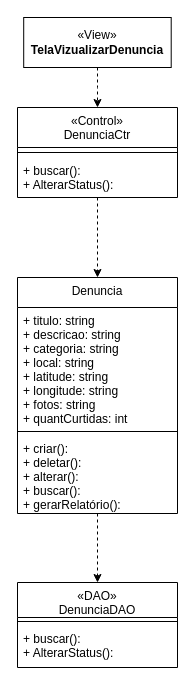
Earlier version of the draw.io diagram Documentação/Diagramas/Diagramas de Casos de Uso/Diagrama de Caso de Uso Alterar Status.drawio (frsouzaa/Documentacao-TCC-NossaVia). Source tidied: cells renumbered, new cells numbered last; positions are measured from the earlier drawing's top-left corner, leaving out a move shared by most shapes. Both pictures are drawn from the tidied source at 100%, with x=0, y=0 at pixel (17, 17).
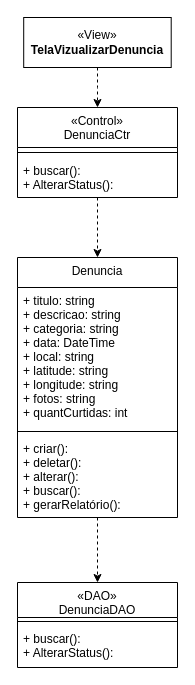
After the change.

Commit message:
Adiciona Data Diagrama de Caso de Uso Alterar Status.drawio

What changed in the source:
```diff
@@
 <mxGraphModel>
   <root>
     <mxCell id="0" />
     <mxCell id="1" parent="0" />
     <mxCell id="2" value="Denuncia" style="swimlane;fontStyle=0;align=center;verticalAlign=top;horizontal=1;startSize=30;rounded=0;shadow=0;strokeWidth=1;" parent="1" vertex="1">
-      <mxGeometry y="260" width="160" height="236" as="geometry" />
+      <mxGeometry y="240" width="160" height="260" as="geometry" />
     </mxCell>
-    <mxCell id="3" value="+ titulo: string&#10;+ descricao: string&#10;+ categoria: string&#10;+ local: string&#10;+ latitude: string&#10;+ longitude: string&#10;+ fotos: string&#10;+ quantCurtidas: int" style="text;align=left;verticalAlign=top;spacingLeft=4;spacingRight=4;overflow=hidden;" parent="2" vertex="1">
-      <mxGeometry y="30" width="160" height="120" as="geometry" />
+    <mxCell id="3" value="+ titulo: string&#10;+ descricao: string&#10;+ categoria: string&#10;+ data: DateTime&#10;+ local: string&#10;+ latitude: string&#10;+ longitude: string&#10;+ fotos: string&#10;+ quantCurtidas: int" style="text;align=left;verticalAlign=top;spacingLeft=4;spacingRight=4;overflow=hidden;" parent="2" vertex="1">
+      <mxGeometry y="30" width="160" height="140" as="geometry" />
     </mxCell>
     <mxCell id="4" style="line;html=1;strokeWidth=1;align=left;verticalAlign=middle;spacingTop=-1;spacingLeft=3;spacingRight=3;labelPosition=right;" parent="2" vertex="1">
-      <mxGeometry y="150" width="160" height="8" as="geometry" />
+      <mxGeometry y="170" width="160" height="8" as="geometry" />
     </mxCell>
     <mxCell id="5" value="+ criar(): &#10;+ deletar(): &#10;+ alterar():&#10;+ buscar():&#10;+ gerarRelatório(): " style="text;align=left;verticalAlign=top;spacingLeft=4;spacingRight=4;overflow=hidden;" parent="2" vertex="1">
-      <mxGeometry y="158" width="160" height="78" as="geometry" />
+      <mxGeometry y="178" width="160" height="82" as="geometry" />
     </mxCell>
     <mxCell id="6" style="edgeStyle=orthogonalEdgeStyle;rounded=0;jettySize=auto;html=1;exitX=0.5;exitY=1;exitDx=0;exitDy=0;entryX=0.5;entryY=0;entryDx=0;entryDy=0;dashed=1;" parent="1" edge="1" source="2" target="13">
       <mxGeometry relative="1" as="geometry" />
     </mxCell>
     <mxCell id="7" style="edgeStyle=orthogonalEdgeStyle;rounded=0;jettySize=auto;html=1;entryX=0.5;entryY=0;entryDx=0;entryDy=0;dashed=1;" parent="1" edge="1" source="8" target="10">
       <mxGeometry relative="1" as="geometry" />
     </mxCell>
     <mxCell id="8" value="«View»&lt;br&gt;&lt;b&gt;TelaVizualizarDenuncia&lt;br&gt;&lt;/b&gt;" style="html=1;whiteSpace=wrap;" parent="1" vertex="1">
       <mxGeometry x="6.2" width="147.5" height="50" as="geometry" />
     </mxCell>
     <mxCell id="9" style="edgeStyle=orthogonalEdgeStyle;rounded=0;jettySize=auto;html=1;exitX=0.5;exitY=1;exitDx=0;exitDy=0;entryX=0.5;entryY=0;entryDx=0;entryDy=0;dashed=1;" parent="1" edge="1" source="10" target="2">
       <mxGeometry relative="1" as="geometry" />
     </mxCell>
     <mxCell id="10" value="«Control»&#10;DenunciaCtr" style="swimlane;fontStyle=0;align=center;verticalAlign=top;horizontal=1;startSize=40;rounded=0;shadow=0;strokeWidth=1;" parent="1" vertex="1">
       <mxGeometry y="90" width="160" height="90" as="geometry" />
     </mxCell>
     <mxCell id="11" style="line;html=1;strokeWidth=1;align=left;verticalAlign=middle;spacingTop=-1;spacingLeft=3;spacingRight=3;labelPosition=right;" parent="10" vertex="1">
       <mxGeometry y="40" width="160" height="10" as="geometry" />
     </mxCell>
     <mxCell id="12" value="+ buscar():&#10;+ AlterarStatus():" style="text;align=left;verticalAlign=top;spacingLeft=4;spacingRight=4;overflow=hidden;" parent="10" vertex="1">
       <mxGeometry y="50" width="160" height="40" as="geometry" />
     </mxCell>
     <mxCell id="13" value="«DAO»&#10;DenunciaDAO&#10;" style="swimlane;fontStyle=0;align=center;verticalAlign=top;horizontal=1;startSize=35;rounded=0;shadow=0;strokeWidth=1;" parent="1" vertex="1">
       <mxGeometry y="565" width="160" height="85" as="geometry" />
     </mxCell>
     <mxCell id="14" style="line;html=1;strokeWidth=1;align=left;verticalAlign=middle;spacingTop=-1;spacingLeft=3;spacingRight=3;labelPosition=right;" parent="13" vertex="1">
       <mxGeometry y="35" width="160" height="8" as="geometry" />
     </mxCell>
     <mxCell id="15" value="+ buscar():&#10;+ AlterarStatus():" style="text;align=left;verticalAlign=top;spacingLeft=4;spacingRight=4;overflow=hidden;" parent="13" vertex="1">
       <mxGeometry y="43" width="160" height="37" as="geometry" />
     </mxCell>
   </root>
 </mxGraphModel>
```
